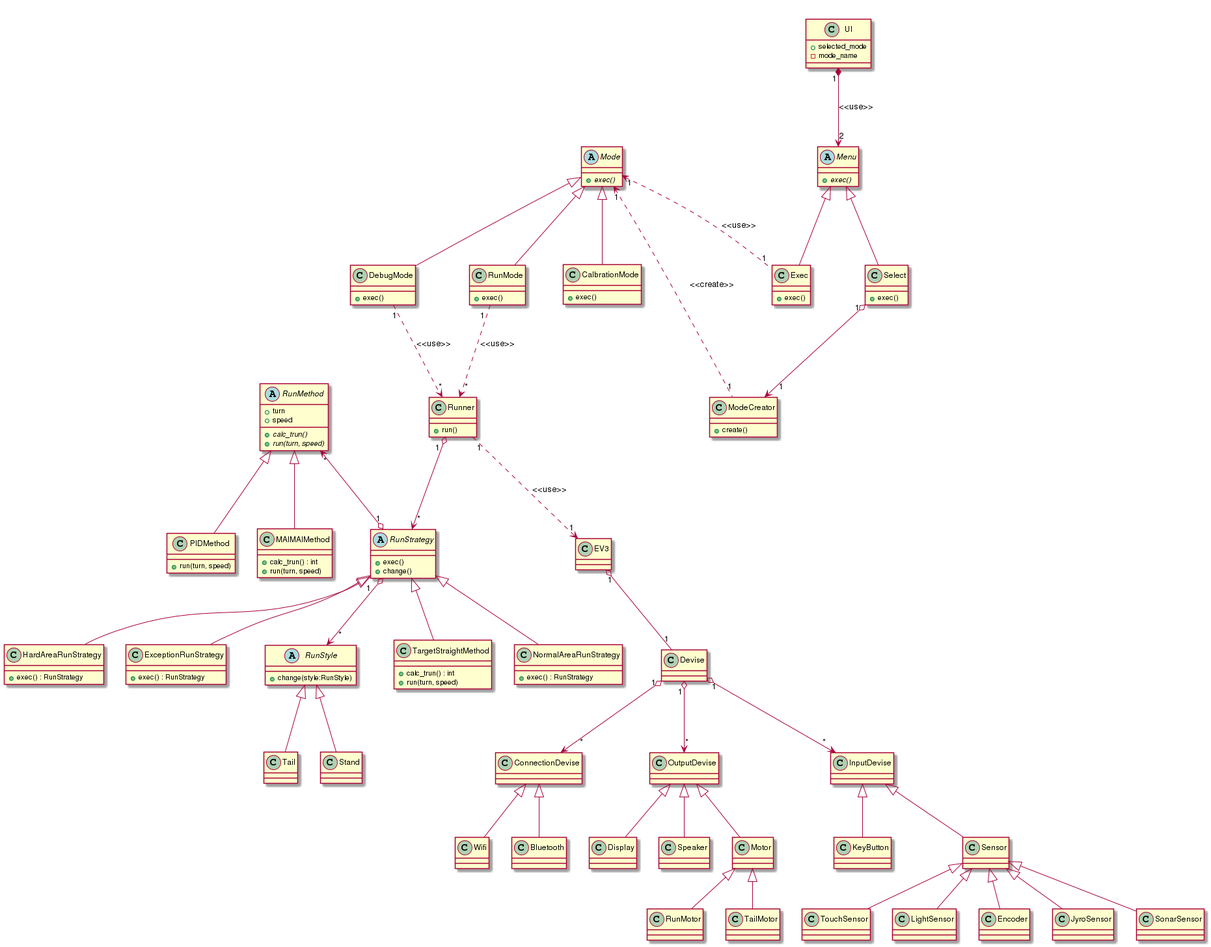
This is diagram/class/concept/class.png from SLP-KBIT/ETR2015, a PlantUML export, as it was before one commit.
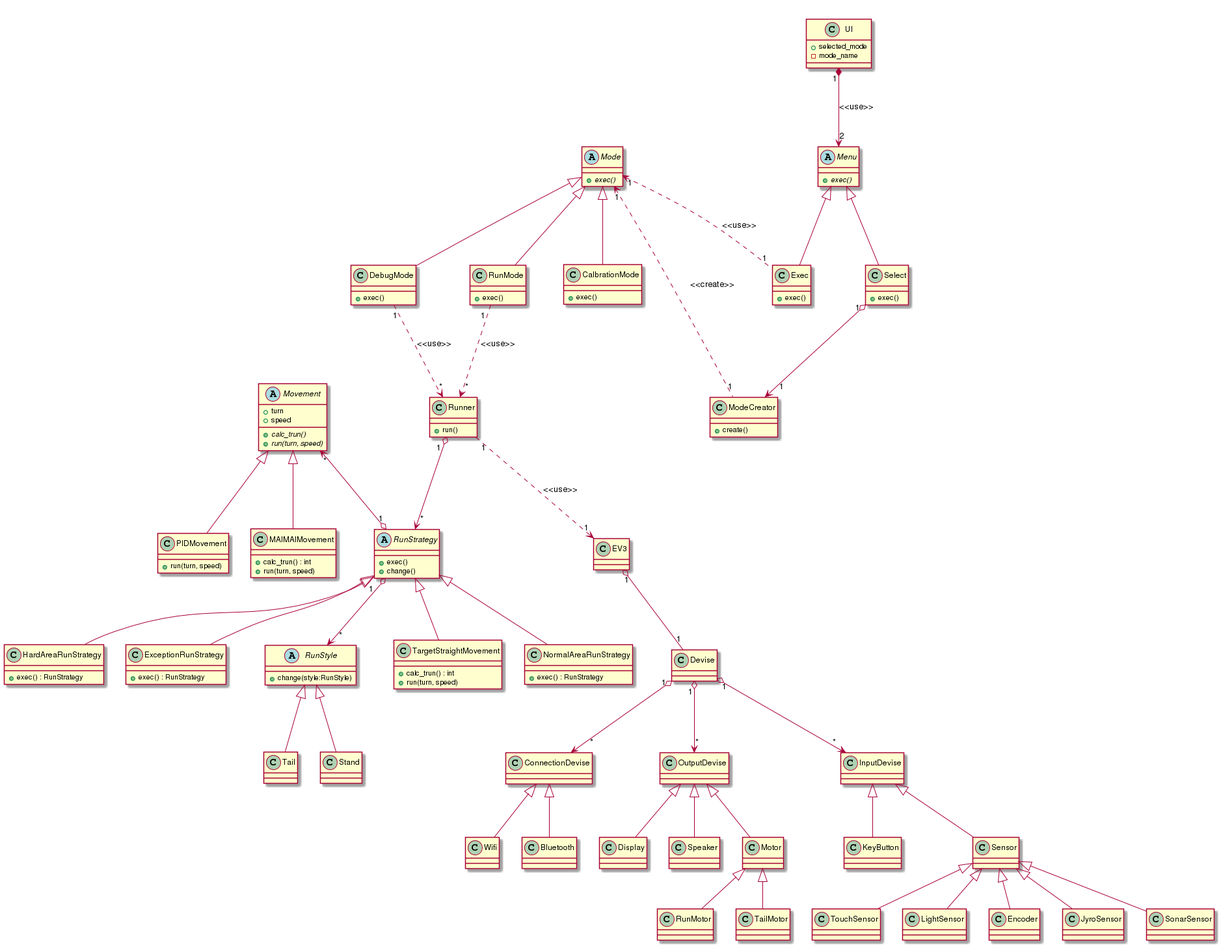
After the commit.

Commit message:
(maxmellon:class:concept) fix class name

Diff of the diagram source:
```diff
@@ -71,41 +71,41 @@
 DebugMode "1" ..> "*" Runner : <<use>>
 
 Runner "1" o--> "*" RunStrategy
-RunStrategy "1" o-left-> "*" RunMethod
+RunStrategy "1" o-left-> "*" Movement
 RunStrategy "1" o--> "*" RunStyle
 
 RunStrategy <|-- NormalAreaRunStrategy
 RunStrategy <|-- HardAreaRunStrategy
 RunStrategy <|-- ExceptionRunStrategy
-RunStrategy <|-- TargetStraightMethod
+RunStrategy <|-- TargetStraightMovement
 
 class Runner {
   +run()
 }
 
-abstract RunMethod {
+abstract Movement {
   +turn
   +speed
   +{abstract}calc_trun()
   +{abstract}run(turn, speed)
 }
 
-class MAIMAIMethod {
+class MAIMAIMovement {
   +calc_trun() : int
   +run(turn, speed)
 }
 
-class TargetStraightMethod {
+class TargetStraightMovement {
   +calc_trun() : int
   +run(turn, speed)
 }
 
-class PIDMethod {
+class PIDMovement {
   +run(turn, speed)
 }
 
-RunMethod <|-- MAIMAIMethod
-RunMethod <|-- PIDMethod
+Movement <|-- MAIMAIMovement
+Movement <|-- PIDMovement
 
 abstract RunStyle {
   +change(style:RunStyle)
```
